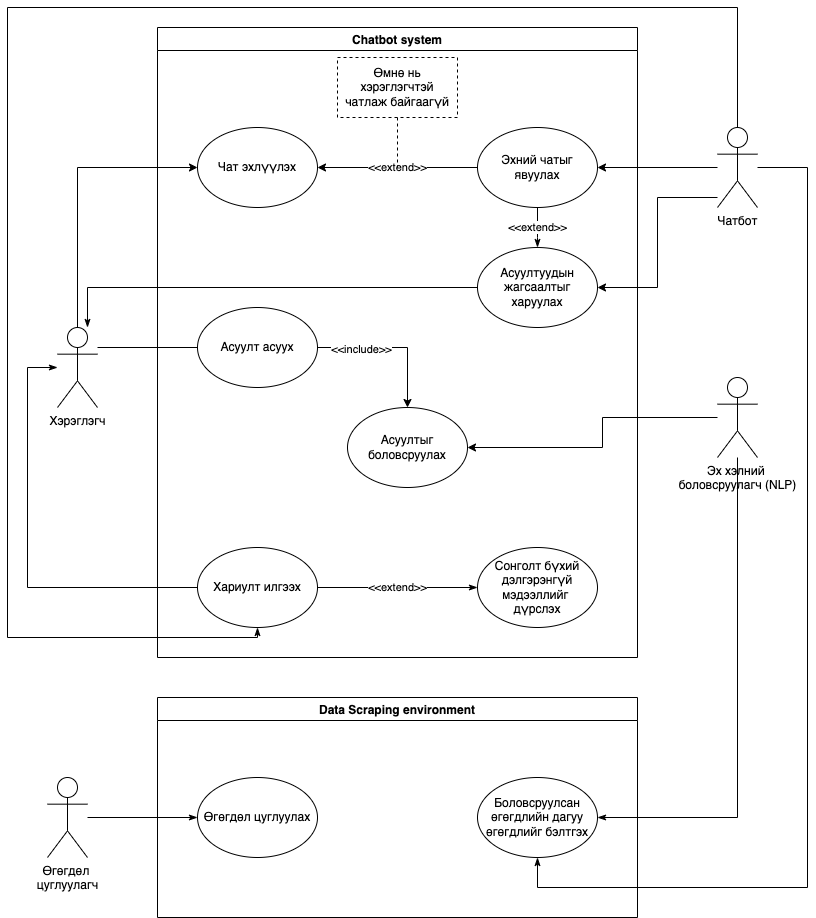
Before: report/images/useCase.png, a diagram exported from draw.io (snzlbo/chatbot). Source tidied: cells renumbered, new cells last; positions are measured from the earlier drawing's top-left corner, leaving out a move shared by most shapes.
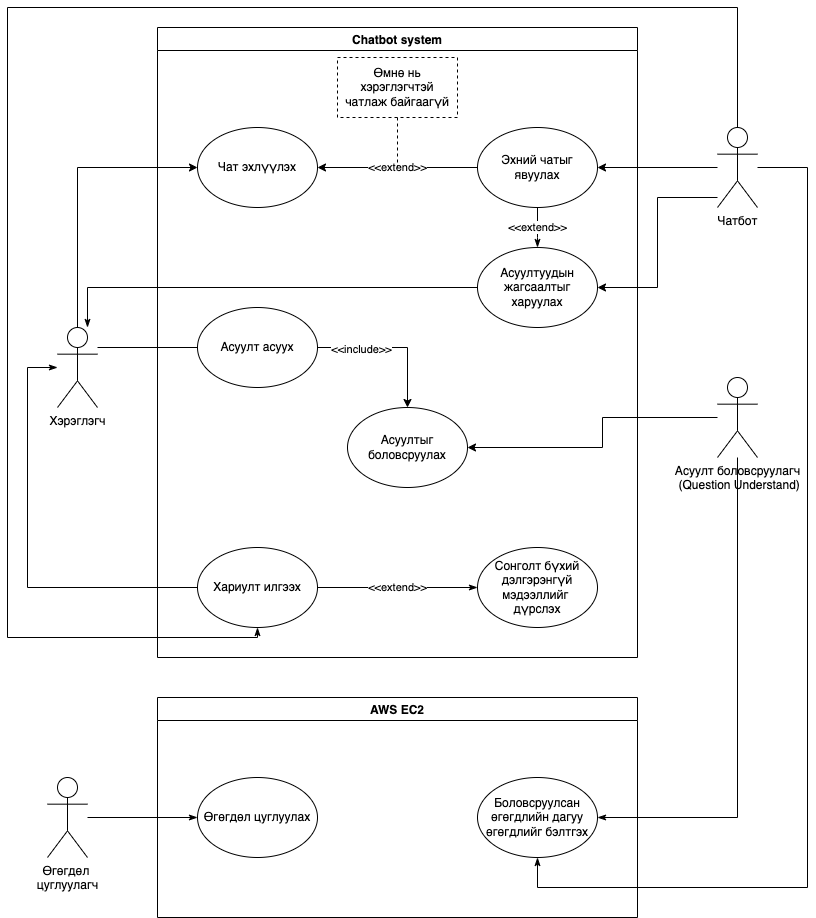
Later version of the same file.

Diff of the diagram source:
```diff
@@ -138,7 +138,7 @@
         </Array>
       </mxGeometry>
     </mxCell>
-    <mxCell id="31" value="Эх хэлний &lt;br&gt;боловсруулагч (NLP)" style="shape=umlActor;verticalLabelPosition=bottom;verticalAlign=top;html=1;" parent="1" vertex="1">
+    <mxCell id="31" value="Асуулт боловсруулагч&lt;br&gt;&amp;nbsp;(Question Understand)" style="shape=umlActor;verticalLabelPosition=bottom;verticalAlign=top;html=1;" parent="1" vertex="1">
       <mxGeometry x="710" y="370" width="40" height="80" as="geometry" />
     </mxCell>
     <mxCell id="32" style="edgeStyle=orthogonalEdgeStyle;rounded=0;jettySize=auto;html=1;dashed=1;endArrow=none;endFill=0;" parent="1" edge="1" source="20">
@@ -161,7 +161,7 @@
         </Array>
       </mxGeometry>
     </mxCell>
-    <mxCell id="35" value="Data Scraping environment" style="swimlane;" parent="1" vertex="1">
+    <mxCell id="35" value="AWS EC2" style="swimlane;" parent="1" vertex="1">
       <mxGeometry x="150" y="690" width="480" height="220" as="geometry" />
     </mxCell>
     <mxCell id="36" style="edgeStyle=orthogonalEdgeStyle;rounded=0;orthogonalLoop=1;jettySize=auto;html=1;" parent="35" edge="1">
```
